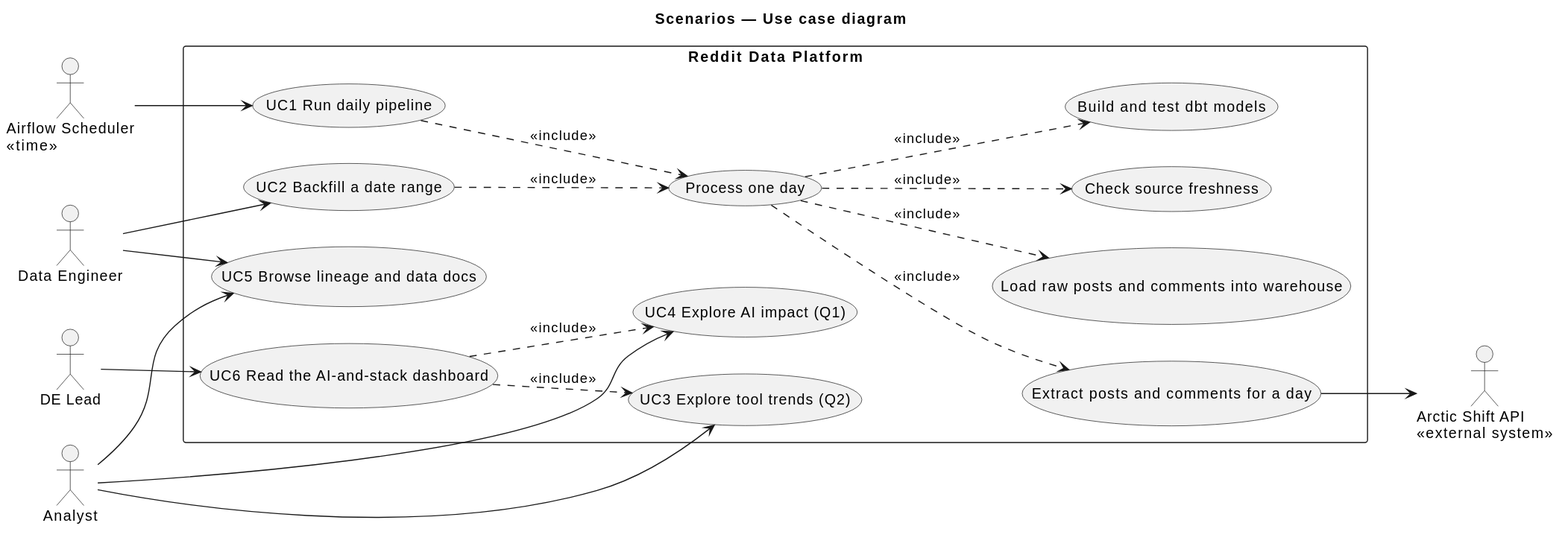
modsomjeed/reddit-dataeng keeps this PlantUML diagram as docs/architecture/diagrams/use-case.svg. Above is the earlier version.
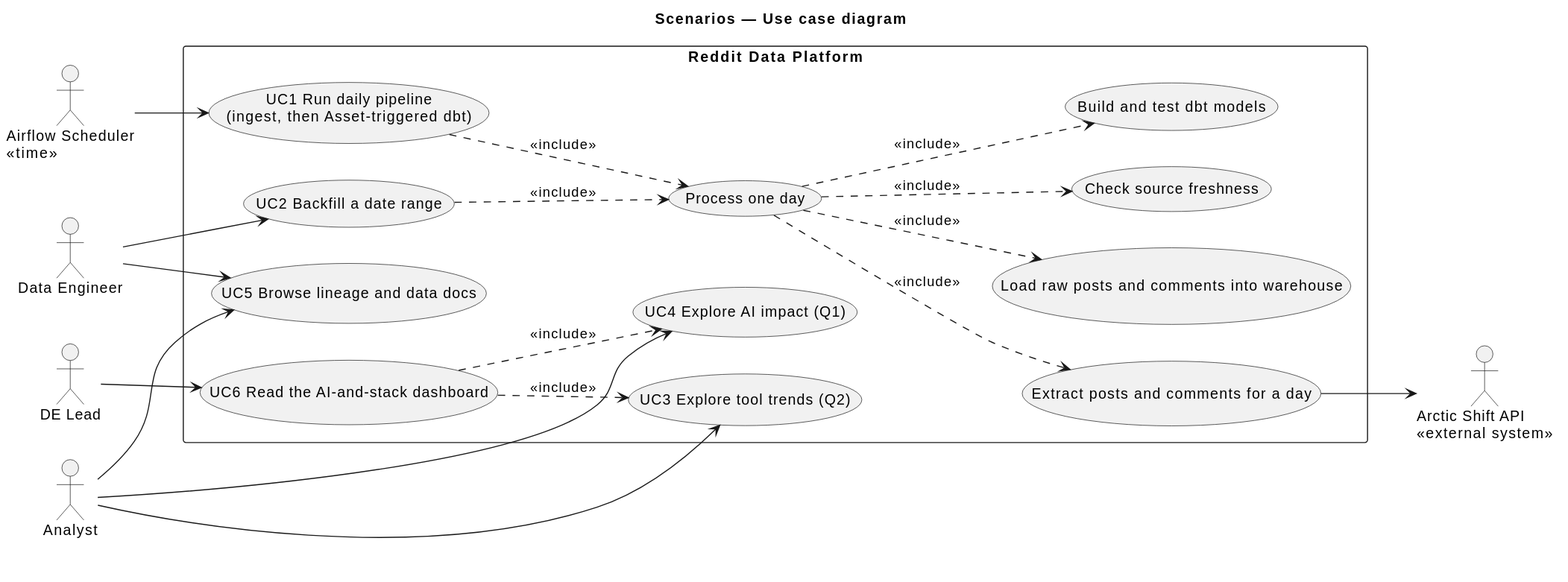
After the commit.

Commit message:
docs(architecture): show ingestion and dbt as asset-linked dags

The edit, as a diff of the source:
```diff
@@ -11,7 +11,7 @@
 actor "Arctic Shift API\n<<external system>>" as arctic
 
 rectangle "Reddit Data Platform" {
-  usecase "UC1 Run daily pipeline" as uc1
+  usecase "UC1 Run daily pipeline\n(ingest, then Asset-triggered dbt)" as uc1
   usecase "UC2 Backfill a date range" as uc2
   usecase "Process one day" as ucDay
   usecase "Extract posts and comments for a day" as ucExtract
```
